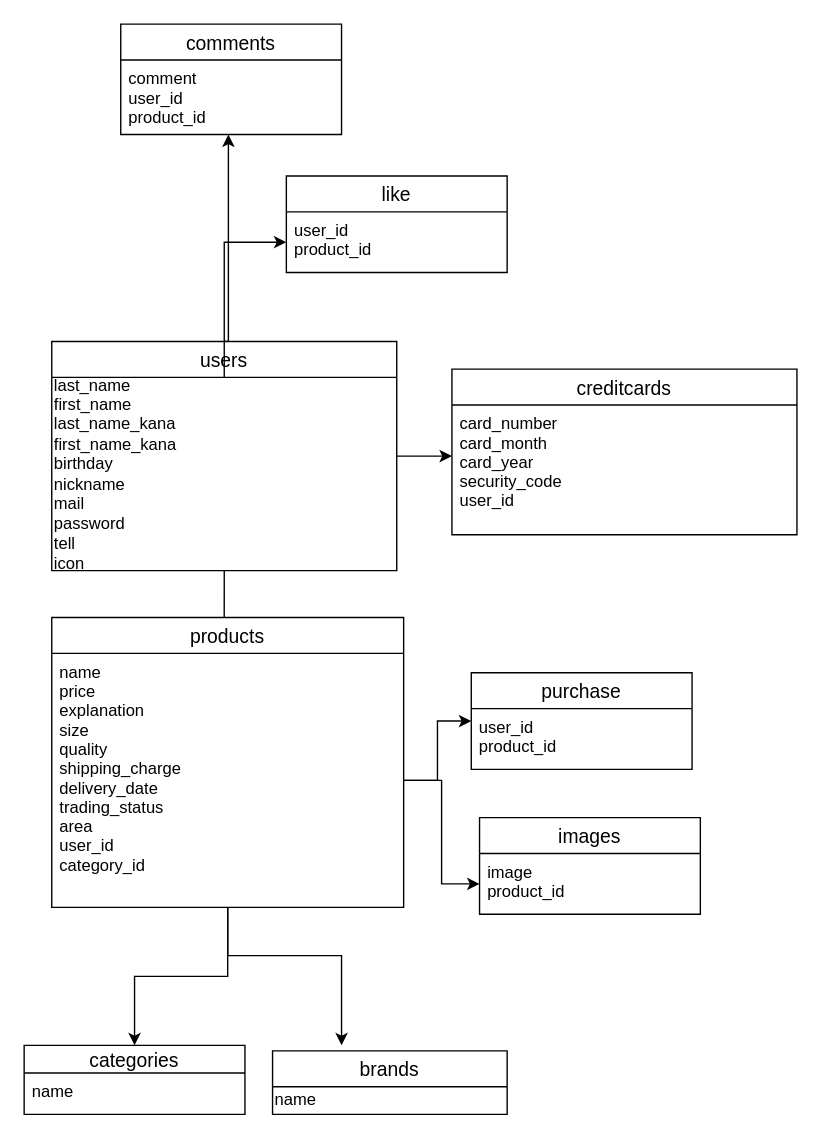
Earlier version of the draw.io diagram furima.dio (kousu0530/furima-29586). Source tidied: cells renumbered, new cells numbered last; positions are measured from the earlier drawing's top-left corner, leaving out a move shared by most shapes. Both pictures are drawn from the tidied source at 138%, with x=0, y=0 at pixel (23, 23).
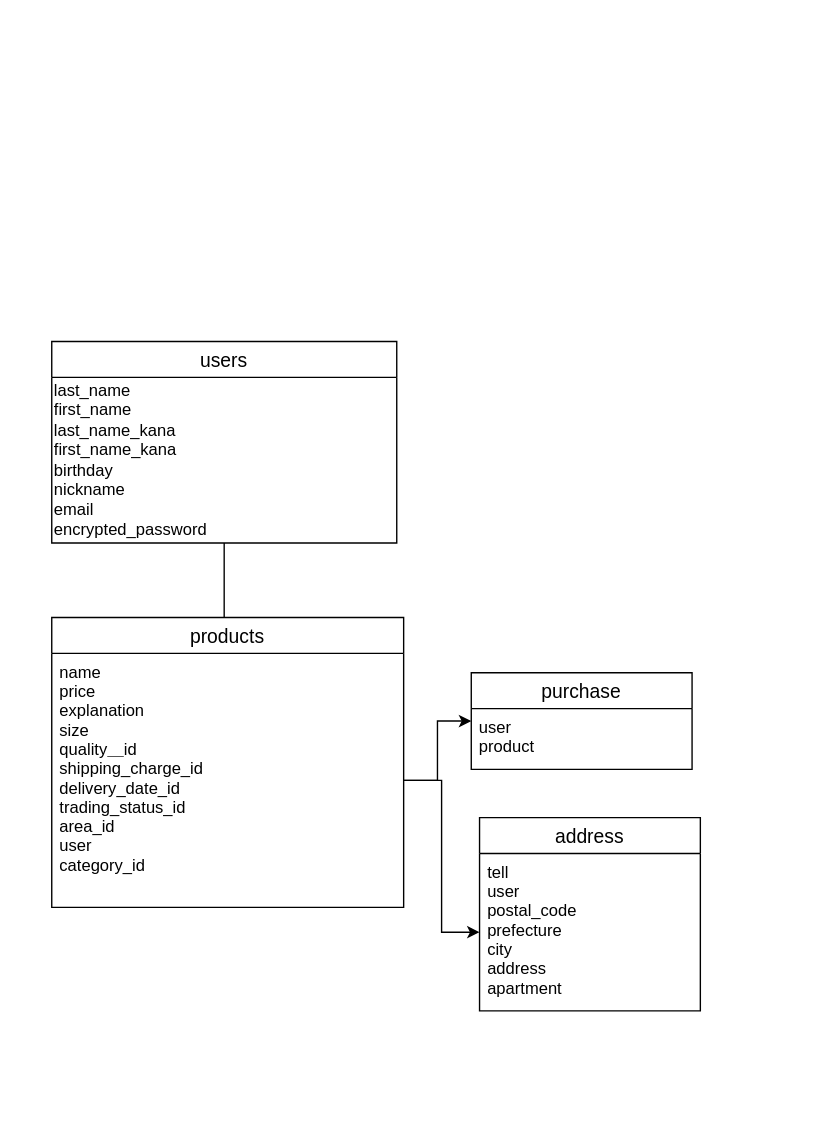
The same diagram, later.

Commit message (it also covers changes not shown here):
修正しました２

Unchanged cells that the change refers to:
```xml
<mxCell id="10" value="products" style="swimlane;fontStyle=0;horizontal=1;startSize=26;align=center;fontSize=14;strokeWidth=1;" parent="1" vertex="1">
  <mxGeometry x="20" y="430" width="255" height="210" as="geometry" />
</mxCell>
<mxCell id="23" value="purchase" style="swimlane;fontStyle=0;horizontal=1;startSize=26;align=center;fontSize=14;strokeWidth=1;" parent="1" vertex="1">
  <mxGeometry x="324" y="470" width="160" height="70" as="geometry" />
</mxCell>
```

What changed in the source:
```diff
@@
-    <mxCell id="2" style="edgeStyle=orthogonalEdgeStyle;rounded=0;jettySize=auto;html=1;exitX=0.5;exitY=0;exitDx=0;exitDy=0;" parent="1" edge="1" source="5" target="17">
-      <mxGeometry relative="1" as="geometry">
-        <Array as="points">
-          <mxPoint x="148" y="130" />
-          <mxPoint x="148" y="130" />
-        </Array>
-      </mxGeometry>
-    </mxCell>
-    <mxCell id="3" style="edgeStyle=orthogonalEdgeStyle;rounded=0;jettySize=auto;html=1;" parent="1" edge="1" source="5">
-      <mxGeometry relative="1" as="geometry">
-        <mxPoint x="310" y="313" as="targetPoint" />
-      </mxGeometry>
-    </mxCell>
@@
     <mxCell id="5" value="users" style="swimlane;fontStyle=0;horizontal=1;startSize=26;align=center;fontSize=14;" parent="1" vertex="1">
-      <mxGeometry x="20" y="230" width="250" height="166" as="geometry" />
+      <mxGeometry x="20" y="230" width="250" height="146" as="geometry" />
     </mxCell>
-    <mxCell id="6" value="last_name&amp;nbsp;&lt;br&gt;first_name&lt;br&gt;last_name_kana&lt;br&gt;first_name_kana&lt;br&gt;birthday&lt;br&gt;nickname&lt;br&gt;mail&lt;br&gt;password&lt;br&gt;tell&lt;br&gt;icon" style="text;html=1;align=left;verticalAlign=middle;points=[];" parent="5" vertex="1">
-      <mxGeometry y="26" width="250" height="140" as="geometry" />
+    <mxCell id="6" value="last_name&amp;nbsp;&lt;br&gt;first_name&lt;br&gt;last_name_kana&lt;br&gt;first_name_kana&lt;br&gt;birthday&lt;br&gt;nickname&lt;br&gt;email&lt;br&gt;encrypted_password" style="text;html=1;align=left;verticalAlign=middle;points=[];" parent="5" vertex="1">
+      <mxGeometry y="26" width="250" height="120" as="geometry" />
     </mxCell>
@@
-    <mxCell id="8" style="edgeStyle=orthogonalEdgeStyle;rounded=0;jettySize=auto;html=1;" parent="1" edge="1" source="10" target="12">
-      <mxGeometry relative="1" as="geometry" />
-    </mxCell>
-    <mxCell id="9" style="edgeStyle=orthogonalEdgeStyle;rounded=0;jettySize=auto;html=1;" parent="1" edge="1" source="10">
-      <mxGeometry relative="1" as="geometry">
-        <mxPoint x="230" y="740" as="targetPoint" />
-        <Array as="points">
-          <mxPoint x="148" y="675" />
-          <mxPoint x="230" y="675" />
-        </Array>
-      </mxGeometry>
-    </mxCell>
@@
-    <mxCell id="11" value="name&#10;price&#10;explanation&#10;size&#10;quality&#10;shipping_charge&#10;delivery_date&#10;trading_status&#10;area&#10;user_id&#10;category_id&#10;" style="text;strokeColor=none;fillColor=none;spacingLeft=4;spacingRight=4;overflow=hidden;points=[[0,0.5],[1,0.5]];portConstraint=eastwest;fontSize=12;" parent="10" vertex="1">
+    <mxCell id="11" value="name&#10;price&#10;explanation&#10;size&#10;quality＿id&#10;shipping_charge_id&#10;delivery_date_id&#10;trading_status_id&#10;area_id&#10;user&#10;category_id&#10;" style="text;strokeColor=none;fillColor=none;spacingLeft=4;spacingRight=4;overflow=hidden;points=[[0,0.5],[1,0.5]];portConstraint=eastwest;fontSize=12;" parent="10" vertex="1">
       <mxGeometry y="26" width="255" height="184" as="geometry" />
     </mxCell>
-    <mxCell id="12" value="categories" style="swimlane;fontStyle=0;horizontal=1;startSize=20;align=center;fontSize=14;strokeWidth=1;" parent="1" vertex="1">
-      <mxGeometry y="740" width="160" height="50" as="geometry" />
-    </mxCell>
-    <mxCell id="13" value="name" style="text;strokeColor=none;fillColor=none;spacingLeft=4;spacingRight=4;overflow=hidden;fontSize=12;" parent="12" vertex="1">
-      <mxGeometry y="20" width="160" height="30" as="geometry" />
-    </mxCell>
-    <mxCell id="14" value="brands" style="swimlane;fontStyle=0;horizontal=1;startSize=26;align=center;fontSize=14;strokeWidth=1;" parent="1" vertex="1">
-      <mxGeometry x="180" y="744" width="170" height="46" as="geometry" />
-    </mxCell>
-    <mxCell id="15" value="name" style="text;html=1;align=left;verticalAlign=middle;" parent="14" vertex="1">
-      <mxGeometry y="26" width="170" height="20" as="geometry" />
-    </mxCell>
-    <mxCell id="16" value="comments" style="swimlane;fontStyle=0;horizontal=1;startSize=26;align=center;fontSize=14;strokeWidth=1;" parent="1" vertex="1">
-      <mxGeometry x="70" width="160" height="80" as="geometry" />
-    </mxCell>
-    <mxCell id="17" value="comment&#10;user_id&#10;product_id" style="text;strokeColor=none;fillColor=none;spacingLeft=4;spacingRight=4;overflow=hidden;points=[[0,0.5],[1,0.5]];portConstraint=eastwest;fontSize=12;" parent="16" vertex="1">
-      <mxGeometry y="26" width="160" height="54" as="geometry" />
-    </mxCell>
-    <mxCell id="18" value="like" style="swimlane;fontStyle=0;horizontal=1;startSize=26;align=center;fontSize=14;strokeWidth=1;" parent="1" vertex="1">
-      <mxGeometry x="190" y="110" width="160" height="70" as="geometry" />
-    </mxCell>
-    <mxCell id="19" value="user_id&#10;product_id&#10;" style="text;strokeColor=none;fillColor=none;spacingLeft=4;spacingRight=4;overflow=hidden;points=[[0,0.5],[1,0.5]];portConstraint=eastwest;fontSize=12;" parent="18" vertex="1">
-      <mxGeometry y="26" width="160" height="44" as="geometry" />
-    </mxCell>
-    <mxCell id="20" style="edgeStyle=orthogonalEdgeStyle;rounded=0;jettySize=auto;html=1;entryX=0;entryY=0.5;entryDx=0;entryDy=0;" parent="1" edge="1" source="6" target="19">
-      <mxGeometry relative="1" as="geometry" />
-    </mxCell>
-    <mxCell id="21" value="creditcards" style="swimlane;fontStyle=0;horizontal=1;startSize=26;align=center;fontSize=14;strokeWidth=1;" parent="1" vertex="1">
-      <mxGeometry x="310" y="250" width="250" height="120" as="geometry" />
-    </mxCell>
-    <mxCell id="22" value="card_number&#10;card_month&#10;card_year&#10;security_code&#10;user_id&#10;" style="text;strokeColor=none;fillColor=none;spacingLeft=4;spacingRight=4;overflow=hidden;fontSize=12;" parent="21" vertex="1">
-      <mxGeometry y="26" width="250" height="94" as="geometry" />
-    </mxCell>
@@
-    <mxCell id="24" value="user_id&#10;product_id" style="text;strokeColor=none;fillColor=none;spacingLeft=4;spacingRight=4;overflow=hidden;fontSize=12;" parent="23" vertex="1">
+    <mxCell id="24" value="user&#10;product" style="text;strokeColor=none;fillColor=none;spacingLeft=4;spacingRight=4;overflow=hidden;fontSize=12;" parent="23" vertex="1">
       <mxGeometry y="26" width="160" height="44" as="geometry" />
     </mxCell>
@@
-    <mxCell id="26" value="images" style="swimlane;fontStyle=0;horizontal=1;startSize=26;align=center;fontSize=14;strokeWidth=1;" parent="1" vertex="1">
-      <mxGeometry x="330" y="575" width="160" height="70" as="geometry" />
+    <mxCell id="26" value="address" style="swimlane;fontStyle=0;horizontal=1;startSize=26;align=center;fontSize=14;strokeWidth=1;" parent="1" vertex="1">
+      <mxGeometry x="330" y="575" width="160" height="140" as="geometry" />
     </mxCell>
-    <mxCell id="27" value="image&#10;product_id" style="text;strokeColor=none;fillColor=none;spacingLeft=4;spacingRight=4;overflow=hidden;points=[[0,0.5],[1,0.5]];portConstraint=eastwest;fontSize=12;" parent="26" vertex="1">
-      <mxGeometry y="26" width="160" height="44" as="geometry" />
+    <mxCell id="27" value="tell&#10;user&#10;postal_code&#10;prefecture&#10;city&#10;address&#10;apartment" style="text;strokeColor=none;fillColor=none;spacingLeft=4;spacingRight=4;overflow=hidden;points=[[0,0.5],[1,0.5]];portConstraint=eastwest;fontSize=12;" parent="26" vertex="1">
+      <mxGeometry y="26" width="160" height="114" as="geometry" />
     </mxCell>
```
